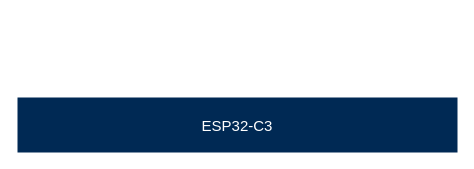
This is Blueair-IoT模组技术架构.drawio from xunzhaoxusanduo/1-drawio, a draw.io file, before an edit. Source tidied: cells renumbered, new cells numbered last; positions are measured from the earlier drawing's top-left corner, leaving out a move shared by most shapes. Both pictures are drawn from the tidied source at 100%, with x=0, y=0 at pixel (17, 97).
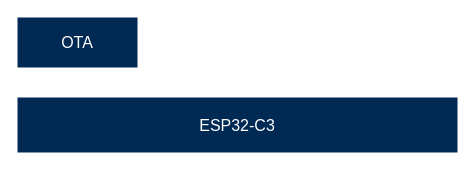
Above is the later version.

Commit message (it also covers changes not shown here):
更新Blueair-IoT模组技术架构.drawio

What changed in the source:
```diff
@@
 <mxGraphModel>
   <root>
     <mxCell id="0" />
     <mxCell id="1" parent="0" />
-    <mxCell id="2" value="&lt;font style=&quot;font-size: 15px;&quot;&gt;ESP32-C3&lt;/font&gt;" style="rounded=0;whiteSpace=wrap;html=1;fillColor=#002954;strokeColor=none;fontColor=#FFFFFF;" parent="1" vertex="1">
+    <mxCell id="2" value="&lt;font style=&quot;font-size: 16px;&quot;&gt;ESP32-C3&lt;/font&gt;" style="rounded=0;whiteSpace=wrap;html=1;fillColor=#002954;strokeColor=none;fontColor=#FFFFFF;" parent="1" vertex="1">
       <mxGeometry width="440" height="55" as="geometry" />
     </mxCell>
+    <mxCell id="3" value="&lt;font style=&quot;font-size: 16px;&quot;&gt;OTA&lt;/font&gt;" style="rounded=0;whiteSpace=wrap;html=1;strokeColor=none;fillColor=#002954;fontColor=#FFFFFF;" parent="1" vertex="1">
+      <mxGeometry y="-80" width="120" height="50" as="geometry" />
+    </mxCell>
   </root>
 </mxGraphModel>
```
